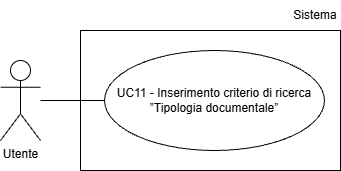
Above: assets/Use_Case_Diagrams/UC11.png in Team-Three-Technologies/Documenti (draw.io), before the change. Source tidied: cells renumbered, new cells last; positions are measured from the earlier drawing's top-left corner, leaving out a move shared by most shapes.
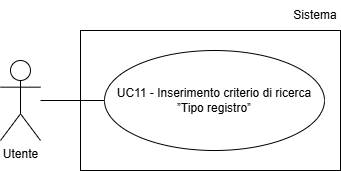
The same diagram one commit later.

The edit, as a diff of the source:
```diff
@@ -5,17 +5,17 @@
     <mxCell id="2" value="Utente" style="shape=umlActor;verticalLabelPosition=bottom;verticalAlign=top;html=1;" parent="1" vertex="1">
       <mxGeometry y="60" width="40" height="80" as="geometry" />
     </mxCell>
-    <mxCell id="3" value="UC11 - Inserimento criterio di ricerca ”Tipologia documentale”" style="ellipse;whiteSpace=wrap;html=1;align=center;" parent="1" vertex="1">
-      <mxGeometry x="104" y="50" width="220" height="100" as="geometry" />
-    </mxCell>
-    <mxCell id="4" style="endArrow=none;html=1;rounded=0;entryX=0;entryY=0.5;entryDx=0;entryDy=0;" parent="1" edge="1" target="3">
-      <mxGeometry relative="1" as="geometry">
-        <mxPoint x="40" y="100" as="sourcePoint" />
-      </mxGeometry>
-    </mxCell>
-    <mxCell id="5" style="rounded=0;whiteSpace=wrap;html=1;fillColor=none;" parent="1" vertex="1">
-      <mxGeometry x="80" y="30" width="260" height="140" as="geometry" />
-    </mxCell>
+    <mxCell id="7" value="UC11 - Inserimento criterio di ricerca ”Tipo registro”" style="ellipse;whiteSpace=wrap;html=1;align=center;" parent="1" vertex="1">
+      <mxGeometry x="104" y="50" width="220" height="100" as="geometry" />
+    </mxCell>
+    <mxCell id="8" style="endArrow=none;html=1;rounded=0;entryX=0;entryY=0.5;entryDx=0;entryDy=0;" parent="1" edge="1" target="7">
+      <mxGeometry relative="1" as="geometry">
+        <mxPoint x="40" y="100" as="sourcePoint" />
+      </mxGeometry>
+    </mxCell>
+    <mxCell id="9" style="rounded=0;whiteSpace=wrap;html=1;fillColor=none;" parent="1" vertex="1">
+      <mxGeometry x="80" y="30" width="260" height="140" as="geometry" />
+    </mxCell>
     <mxCell id="6" value="Sistema" style="text;html=1;whiteSpace=wrap;strokeColor=none;fillColor=none;align=center;verticalAlign=middle;rounded=0;" parent="1" vertex="1">
       <mxGeometry x="290" width="50" height="30" as="geometry" />
     </mxCell>
```
